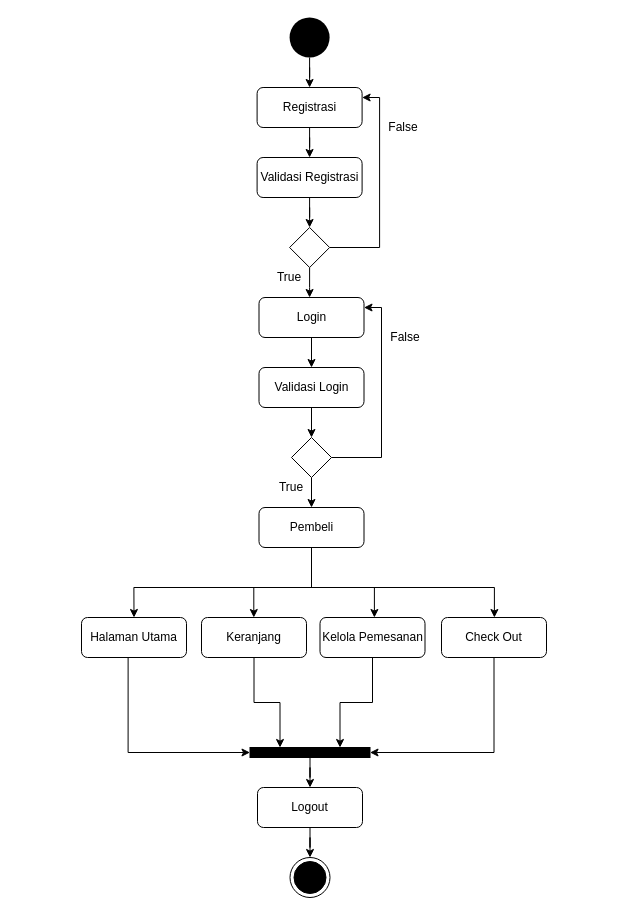
Earlier version of the draw.io diagram page "AD-Pembeli" (7 of 25) of SKRIPSI TOKO KUE/ARSIP/FILE MASTER DESAIN/DIAGRAM SKRIPSI TOKO KUE.drawio (Khairul122/JK-WebTokoOnlineRoti-ED). Source tidied: cells renumbered, new cells numbered last; positions are measured from the earlier drawing's top-left corner, leaving out a move shared by most shapes. Both pictures are drawn from the tidied source at 100%, with x=0, y=0 at pixel (81, 17).
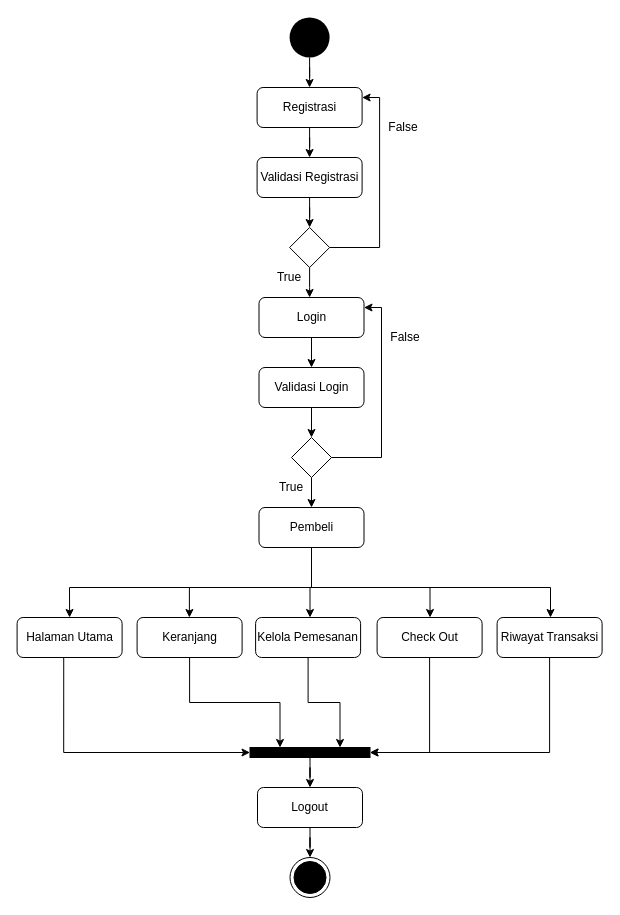
After the change.

Unchanged cells that the change refers to:
```xml
<mxCell id="10" value="Pembeli" style="rounded=1;whiteSpace=wrap;html=1;" parent="1" vertex="1">
  <mxGeometry x="177.5" y="490" width="105" height="40" as="geometry" />
</mxCell>
<mxCell id="18" style="rounded=0;whiteSpace=wrap;html=1;fillColor=#000000;" parent="1" vertex="1">
  <mxGeometry x="168.5" y="730" width="120" height="10" as="geometry" />
</mxCell>
```

The edit, as a diff of the source:
```diff
@@
+    <mxCell id="43" style="edgeStyle=orthogonalEdgeStyle;rounded=0;jettySize=auto;html=1;exitX=0.5;exitY=1;exitDx=0;exitDy=0;" parent="1" edge="1" source="10" target="45">
+      <mxGeometry relative="1" as="geometry">
+        <Array as="points">
+          <mxPoint x="230" y="570" />
+          <mxPoint x="469" y="570" />
+        </Array>
+      </mxGeometry>
+    </mxCell>
@@
     <mxCell id="12" value="Halaman Utama" style="rounded=1;whiteSpace=wrap;html=1;" parent="1" vertex="1">
-      <mxGeometry y="600" width="105" height="40" as="geometry" />
+      <mxGeometry x="-64.4" y="600" width="105" height="40" as="geometry" />
     </mxCell>
-    <mxCell id="13" style="edgeStyle=orthogonalEdgeStyle;rounded=0;jettySize=auto;html=1;entryX=0.25;entryY=0;entryDx=0;entryDy=0;" parent="1" edge="1" source="14" target="18">
+    <mxCell id="13" style="edgeStyle=orthogonalEdgeStyle;rounded=0;jettySize=auto;html=1;entryX=0.25;entryY=0;entryDx=0;entryDy=0;exitX=0.5;exitY=1;exitDx=0;exitDy=0;" parent="1" edge="1" source="14" target="18">
       <mxGeometry relative="1" as="geometry" />
     </mxCell>
     <mxCell id="14" value="Keranjang" style="rounded=1;whiteSpace=wrap;html=1;" parent="1" vertex="1">
-      <mxGeometry x="120" y="600" width="105" height="40" as="geometry" />
+      <mxGeometry x="55.6" y="600" width="105" height="40" as="geometry" />
     </mxCell>
@@
     <mxCell id="16" value="Kelola Pemesanan" style="rounded=1;whiteSpace=wrap;html=1;" parent="1" vertex="1">
-      <mxGeometry x="238.5" y="600" width="105" height="40" as="geometry" />
+      <mxGeometry x="174.1" y="600" width="105" height="40" as="geometry" />
     </mxCell>
@@
     <mxCell id="22" style="endArrow=classic;html=1;entryX=0.5;entryY=0;entryDx=0;entryDy=0;" parent="1" edge="1" target="12">
       <mxGeometry relative="1" as="geometry">
-        <mxPoint x="52.4" y="570" as="sourcePoint" />
+        <mxPoint x="-12" y="570" as="sourcePoint" />
       </mxGeometry>
     </mxCell>
     <mxCell id="23" style="endArrow=classic;html=1;entryX=0.5;entryY=0;entryDx=0;entryDy=0;" parent="1" edge="1">
       <mxGeometry relative="1" as="geometry">
-        <mxPoint x="292.9" y="570" as="sourcePoint" />
-        <mxPoint x="292.9" y="600" as="targetPoint" />
+        <mxPoint x="228.5" y="570" as="sourcePoint" />
+        <mxPoint x="228.5" y="600" as="targetPoint" />
       </mxGeometry>
     </mxCell>
     <mxCell id="24" style="endArrow=classic;html=1;entryX=0.5;entryY=0;entryDx=0;entryDy=0;" parent="1" edge="1">
       <mxGeometry relative="1" as="geometry">
-        <mxPoint x="412.9" y="570" as="sourcePoint" />
-        <mxPoint x="412.9" y="600" as="targetPoint" />
+        <mxPoint x="348.5" y="570" as="sourcePoint" />
+        <mxPoint x="348.5" y="600" as="targetPoint" />
       </mxGeometry>
     </mxCell>
-    <mxCell id="25" style="endArrow=none;html=1;exitX=0.5;exitY=1;exitDx=0;exitDy=0;" parent="1" edge="1" source="10">
+    <mxCell id="25" style="endArrow=none;html=1;exitX=0.5;exitY=1;exitDx=0;exitDy=0;" parent="1" edge="1">
       <mxGeometry relative="1" as="geometry">
+        <mxPoint x="230" y="530" as="sourcePoint" />
         <mxPoint x="230" y="570" as="targetPoint" />
       </mxGeometry>
     </mxCell>
     <mxCell id="26" style="endArrow=none;html=1;" parent="1" edge="1">
       <mxGeometry relative="1" as="geometry">
-        <mxPoint x="52.3" y="570" as="sourcePoint" />
-        <mxPoint x="413" y="570" as="targetPoint" />
+        <mxPoint x="-12" y="570" as="sourcePoint" />
+        <mxPoint x="348.6" y="570" as="targetPoint" />
       </mxGeometry>
     </mxCell>
@@
     <mxCell id="28" value="Check Out" style="rounded=1;whiteSpace=wrap;html=1;" parent="1" vertex="1">
-      <mxGeometry x="360" y="600" width="105" height="40" as="geometry" />
+      <mxGeometry x="295.6" y="600" width="105" height="40" as="geometry" />
     </mxCell>
     <mxCell id="29" style="endArrow=classic;html=1;entryX=0.5;entryY=0;entryDx=0;entryDy=0;" parent="1" edge="1">
       <mxGeometry relative="1" as="geometry">
-        <mxPoint x="172.3" y="570" as="sourcePoint" />
-        <mxPoint x="172.3" y="600" as="targetPoint" />
+        <mxPoint x="107.9" y="570" as="sourcePoint" />
+        <mxPoint x="107.9" y="600" as="targetPoint" />
       </mxGeometry>
     </mxCell>
@@
+    <mxCell id="44" style="edgeStyle=orthogonalEdgeStyle;rounded=0;jettySize=auto;html=1;entryX=1;entryY=0.5;entryDx=0;entryDy=0;exitX=0.5;exitY=1;exitDx=0;exitDy=0;" parent="1" edge="1" source="45" target="18">
+      <mxGeometry relative="1" as="geometry" />
+    </mxCell>
+    <mxCell id="45" value="Riwayat Transaksi" style="rounded=1;whiteSpace=wrap;html=1;" parent="1" vertex="1">
+      <mxGeometry x="415.6" y="600" width="105" height="40" as="geometry" />
+    </mxCell>
```
